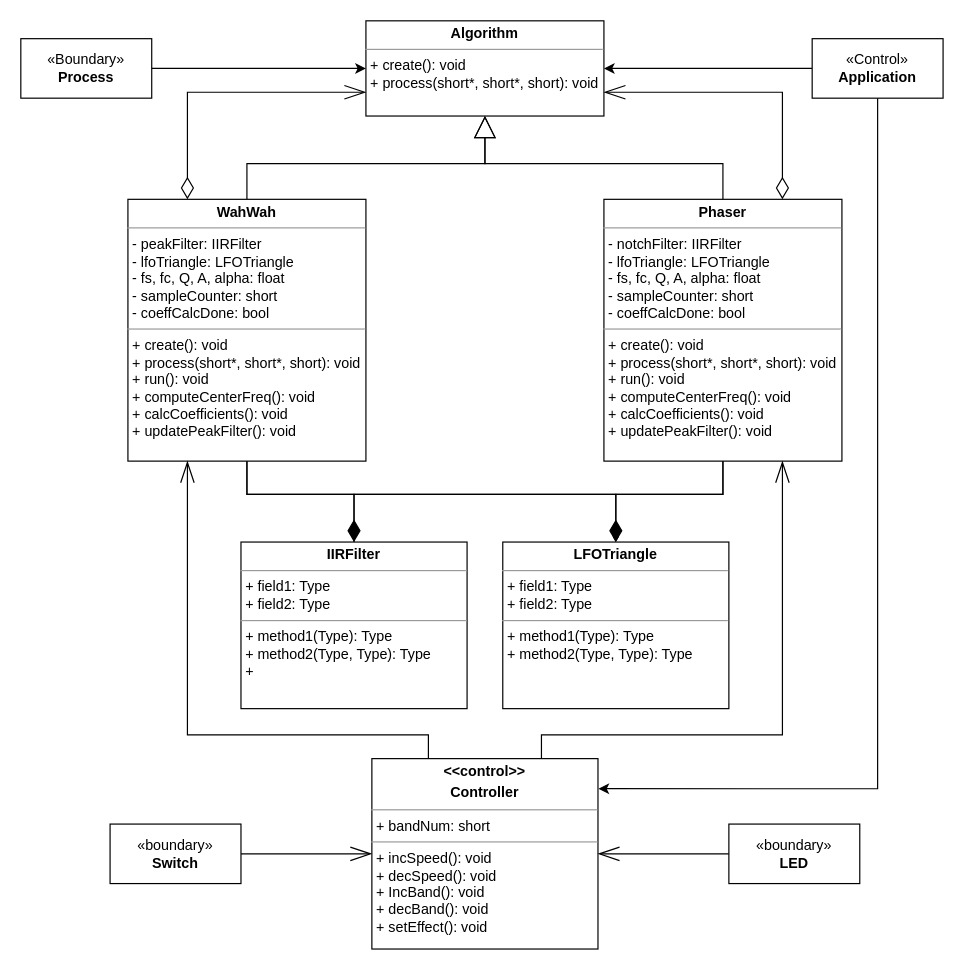
The draw.io diagram Untitled Diagram.drawio in flamefir/ISB-final-project, before the edit. Source tidied: cells renumbered, new cells numbered last; positions are measured from the earlier drawing's top-left corner, leaving out a move shared by most shapes. Both pictures are drawn from the tidied source at 119%, with x=0, y=0 at pixel (20, 20).
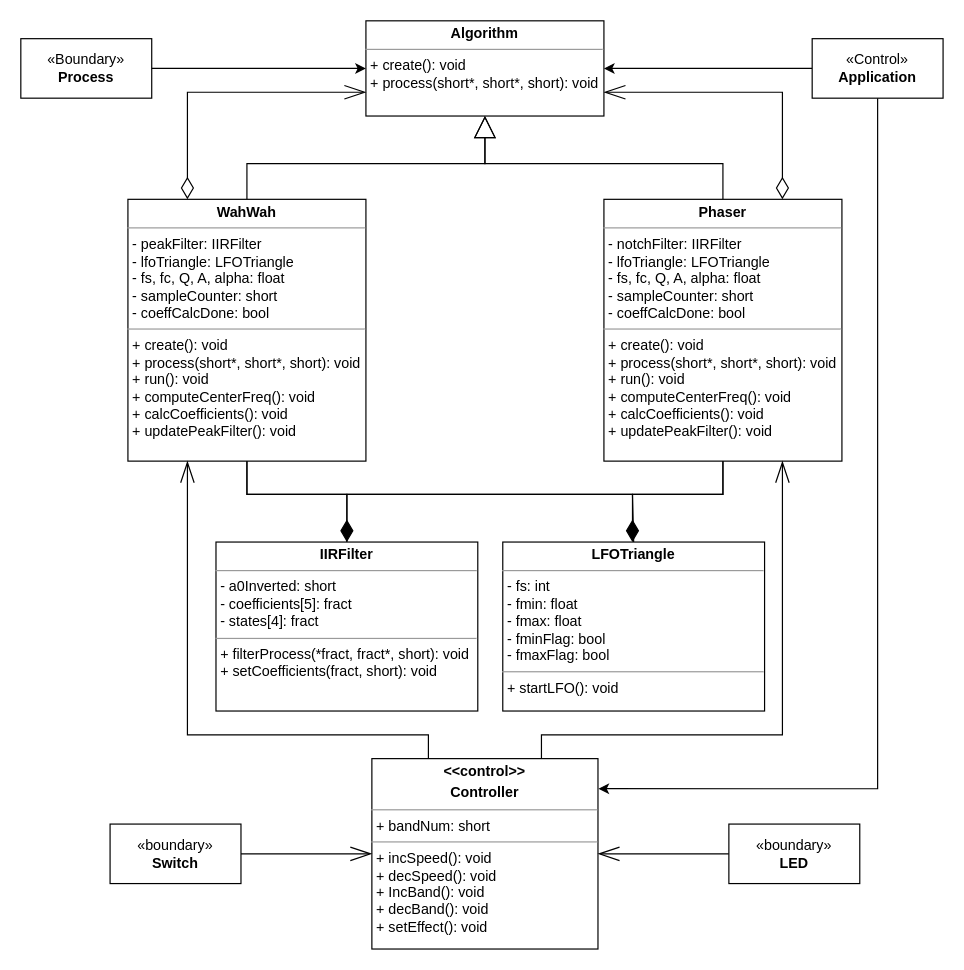
The same page after the edit.

Diff of the diagram source:
```diff
@@
     <mxCell id="6" style="edgeStyle=orthogonalEdgeStyle;rounded=0;jettySize=auto;html=1;exitX=0.5;exitY=1;exitDx=0;exitDy=0;entryX=0.5;entryY=0;entryDx=0;entryDy=0;endArrow=none;endFill=0;" parent="1" edge="1" target="10">
       <mxGeometry relative="1" as="geometry">
         <mxPoint x="190" y="348" as="sourcePoint" />
         <Array as="points">
           <mxPoint x="190" y="398" />
-          <mxPoint x="280" y="398" />
+          <mxPoint x="274" y="398" />
         </Array>
       </mxGeometry>
     </mxCell>
-    <mxCell id="7" style="edgeStyle=orthogonalEdgeStyle;rounded=0;jettySize=auto;html=1;exitX=0.5;exitY=1;exitDx=0;exitDy=0;entryX=0.5;entryY=0;entryDx=0;entryDy=0;endArrow=diamondThin;endFill=1;" parent="1" edge="1" target="11">
+    <mxCell id="7" style="edgeStyle=orthogonalEdgeStyle;rounded=0;jettySize=auto;html=1;exitX=0.5;exitY=1;exitDx=0;exitDy=0;entryX=0.5;entryY=0;entryDx=0;entryDy=0;endArrow=none;endFill=0;" parent="1" edge="1" target="11">
       <mxGeometry relative="1" as="geometry">
         <mxPoint x="190" y="348" as="sourcePoint" />
         <Array as="points">
           <mxPoint x="190" y="398" />
-          <mxPoint x="500" y="398" />
+          <mxPoint x="514" y="398" />
+          <mxPoint x="514" y="438" />
         </Array>
       </mxGeometry>
     </mxCell>
@@
-    <mxCell id="10" value="&lt;p style=&quot;margin:0px;margin-top:4px;text-align:center;&quot;&gt;&lt;b&gt;IIRFilter&lt;/b&gt;&lt;/p&gt;&lt;hr size=&quot;1&quot;&gt;&lt;p style=&quot;margin:0px;margin-left:4px;&quot;&gt;+ field1: Type&lt;br&gt;+ field2: Type&lt;/p&gt;&lt;hr size=&quot;1&quot;&gt;&lt;p style=&quot;margin:0px;margin-left:4px;&quot;&gt;+ method1(Type): Type&lt;br&gt;+ method2(Type, Type): Type&lt;/p&gt;&lt;p style=&quot;margin:0px;margin-left:4px;&quot;&gt;+&amp;nbsp;&lt;/p&gt;" style="verticalAlign=top;align=left;overflow=fill;fontSize=12;fontFamily=Helvetica;html=1;whiteSpace=wrap;" parent="1" vertex="1">
-      <mxGeometry x="185" y="438" width="190" height="140" as="geometry" />
+    <mxCell id="10" value="&lt;p style=&quot;margin:0px;margin-top:4px;text-align:center;&quot;&gt;&lt;b&gt;IIRFilter&lt;/b&gt;&lt;/p&gt;&lt;hr size=&quot;1&quot;&gt;&lt;p style=&quot;margin:0px;margin-left:4px;&quot;&gt;- a0Inverted: short&lt;br&gt;&lt;/p&gt;&lt;p style=&quot;margin:0px;margin-left:4px;&quot;&gt;- coefficients[5]: fract&lt;/p&gt;&lt;p style=&quot;margin:0px;margin-left:4px;&quot;&gt;- states[4]: fract&lt;/p&gt;&lt;hr size=&quot;1&quot;&gt;&lt;p style=&quot;margin:0px;margin-left:4px;&quot;&gt;+ filterProcess(*fract, fract*, short): void&lt;br&gt;+ setCoefficients(fract, short): void&lt;/p&gt;" style="verticalAlign=top;align=left;overflow=fill;fontSize=12;fontFamily=Helvetica;html=1;whiteSpace=wrap;" parent="1" vertex="1">
+      <mxGeometry x="164" y="438" width="220" height="142" as="geometry" />
     </mxCell>
-    <mxCell id="11" value="&lt;p style=&quot;margin:0px;margin-top:4px;text-align:center;&quot;&gt;&lt;b&gt;LFOTriangle&lt;/b&gt;&lt;/p&gt;&lt;hr size=&quot;1&quot;&gt;&lt;p style=&quot;margin:0px;margin-left:4px;&quot;&gt;+ field1: Type&lt;br&gt;+ field2: Type&lt;/p&gt;&lt;hr size=&quot;1&quot;&gt;&lt;p style=&quot;margin:0px;margin-left:4px;&quot;&gt;+ method1(Type): Type&lt;br&gt;+ method2(Type, Type): Type&lt;/p&gt;" style="verticalAlign=top;align=left;overflow=fill;fontSize=12;fontFamily=Helvetica;html=1;whiteSpace=wrap;" parent="1" vertex="1">
-      <mxGeometry x="405" y="438" width="190" height="140" as="geometry" />
+    <mxCell id="11" value="&lt;p style=&quot;margin:0px;margin-top:4px;text-align:center;&quot;&gt;&lt;b&gt;LFOTriangle&lt;/b&gt;&lt;/p&gt;&lt;hr size=&quot;1&quot;&gt;&lt;p style=&quot;margin:0px;margin-left:4px;&quot;&gt;- fs: int&lt;/p&gt;&lt;p style=&quot;margin:0px;margin-left:4px;&quot;&gt;- fmin: float&lt;br&gt;- fmax: float&lt;/p&gt;&lt;p style=&quot;margin:0px;margin-left:4px;&quot;&gt;- fminFlag: bool&lt;/p&gt;&lt;p style=&quot;margin:0px;margin-left:4px;&quot;&gt;- fmaxFlag: bool&lt;br&gt;&lt;/p&gt;&lt;hr size=&quot;1&quot;&gt;&lt;p style=&quot;margin:0px;margin-left:4px;&quot;&gt;+ startLFO(): void&lt;br&gt;&lt;br&gt;&lt;/p&gt;" style="verticalAlign=top;align=left;overflow=fill;fontSize=12;fontFamily=Helvetica;html=1;whiteSpace=wrap;" parent="1" vertex="1">
+      <mxGeometry x="405" y="438" width="220" height="142" as="geometry" />
     </mxCell>
-    <mxCell id="12" style="edgeStyle=orthogonalEdgeStyle;rounded=0;jettySize=auto;html=1;exitX=0.5;exitY=1;exitDx=0;exitDy=0;entryX=0.5;entryY=0;entryDx=0;entryDy=0;endArrow=diamondThin;endFill=1;endSize=16;" parent="1" edge="1" target="11">
+    <mxCell id="12" style="edgeStyle=orthogonalEdgeStyle;rounded=0;orthogonalLoop=1;jettySize=auto;html=1;exitX=0.5;exitY=1;exitDx=0;exitDy=0;endArrow=diamondThin;endFill=1;endSize=16;" parent="1" edge="1">
       <mxGeometry relative="1" as="geometry">
         <mxPoint x="590" y="348" as="sourcePoint" />
+        <mxPoint x="514" y="438" as="targetPoint" />
         <Array as="points">
           <mxPoint x="590" y="398" />
-          <mxPoint x="500" y="398" />
+          <mxPoint x="514" y="398" />
+          <mxPoint x="514" y="438" />
         </Array>
       </mxGeometry>
     </mxCell>
     <mxCell id="13" style="edgeStyle=orthogonalEdgeStyle;rounded=0;jettySize=auto;html=1;exitX=0.5;exitY=1;exitDx=0;exitDy=0;entryX=0.5;entryY=0;entryDx=0;entryDy=0;endArrow=diamondThin;endFill=1;strokeWidth=1;endSize=16;" parent="1" edge="1" target="10">
       <mxGeometry relative="1" as="geometry">
         <mxPoint x="590" y="348" as="sourcePoint" />
         <Array as="points">
           <mxPoint x="590" y="398" />
-          <mxPoint x="280" y="398" />
+          <mxPoint x="274" y="398" />
         </Array>
       </mxGeometry>
     </mxCell>
```
